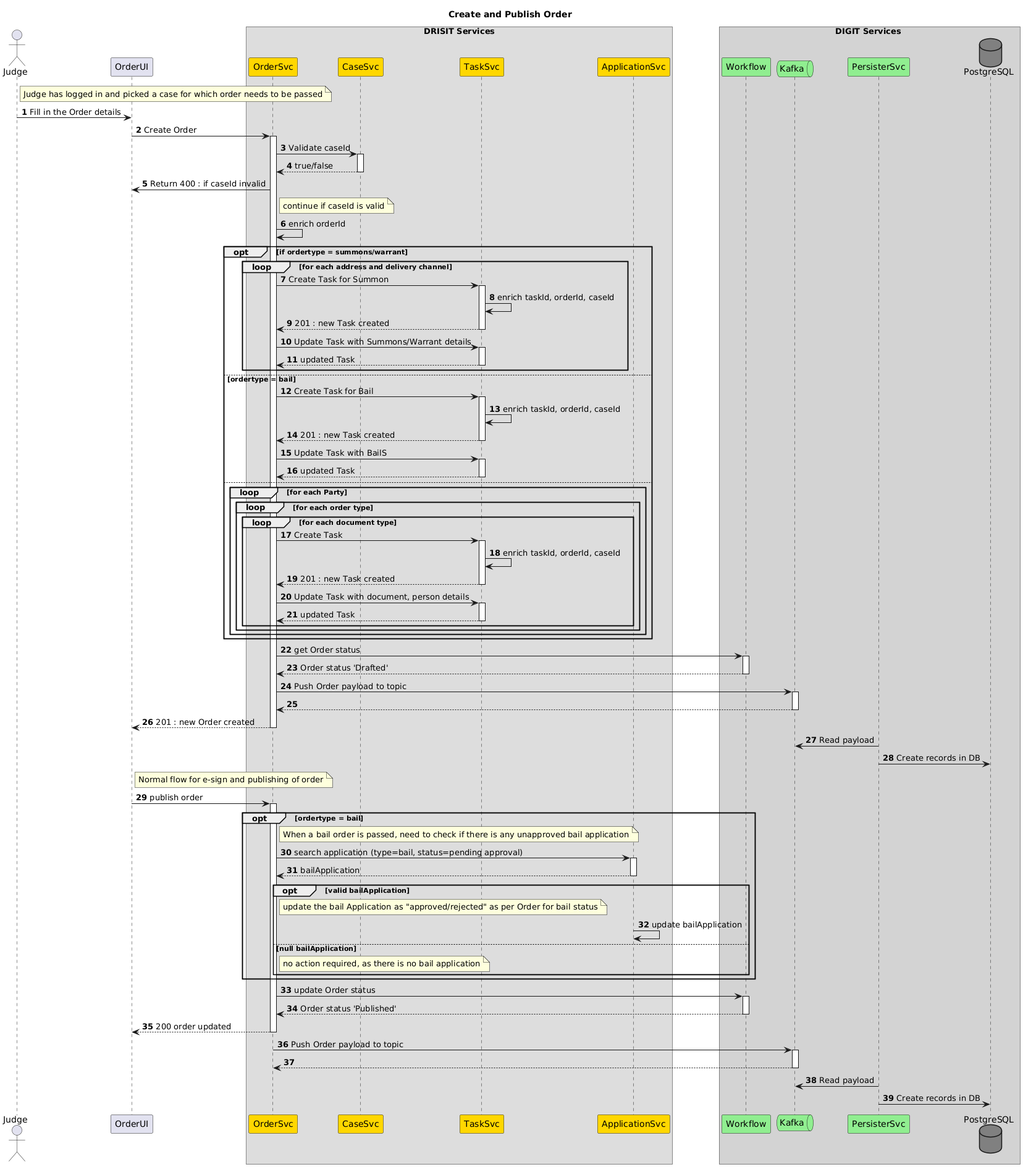
Before: docs/order/sequencediagram/create.png, a diagram exported from PlantUML (pucardotorg/dristi-solutions). The source it was exported from:
```plantuml
@startuml
autonumber
skinparam responseMessageBelowArrow true

title "Create and Publish Order"

Actor Judge as J

participant OrderUI as OU

box DRISIT Services
participant OrderSvc as OS #gold
participant CaseSvc as CS #gold
participant TaskSvc as TS #gold
participant ApplicationSvc as AS #gold
end box

box DIGIT Services #lightgray
participant Workflow as W #lightgreen
queue Kafka as K #lightgreen
participant PersisterSvc as P #lightgreen
Database PostgreSQL as DB #gray
end box

note right of J: Judge has logged in and picked a case for which order needs to be passed
J->OU: Fill in the Order details

OU->OS++: Create Order
OS->CS++: Validate caseId
return true/false
OS->OU: Return 400 : if caseId invalid
note right of OS: continue if caseId is valid
OS->OS: enrich orderId

opt if ordertype = summons/warrant
    loop for each address and delivery channel
        OS->TS++: Create Task for Summon
        TS->TS: enrich taskId, orderId, caseId
        return 201 : new Task created
        OS->TS++: Update Task with Summons/Warrant details
        return updated Task
    end
else ordertype = bail
    OS->TS++: Create Task for Bail
    TS->TS: enrich taskId, orderId, caseId
    return 201 : new Task created
    OS->TS++: Update Task with BailS
    return updated Task
else
    loop for each Party
        loop for each order type
            loop for each document type
            OS->TS++: Create Task
            TS->TS: enrich taskId, orderId, caseId
            return 201 : new Task created
            OS->TS++: Update Task with document, person details
            return updated Task
            end
        end
    end
end

OS->W++: get Order status
return Order status 'Drafted'
OS-> K++: Push Order payload to topic
return
return 201 : new Order created

P-> K: Read payload
P-> DB: Create records in DB

note right of OU: Normal flow for e-sign and publishing of order
OU->OS++: publish order
opt ordertype = bail
  note right of OS: When a bail order is passed, need to check if there is any unapproved bail application
  OS->AS++:search application (type=bail, status=pending approval)
  return bailApplication
  opt valid bailApplication
     note right of OS: update the bail Application as "approved/rejected" as per Order for bail status
     AS->AS: update bailApplication
  else null bailApplication
     note right of OS: no action required, as there is no bail application
  end
end
OS->W++: update Order status
return Order status 'Published'
return 200 order updated
OS-> K++: Push Order payload to topic
return
P-> K: Read payload
P-> DB: Create records in DB
@endum
```
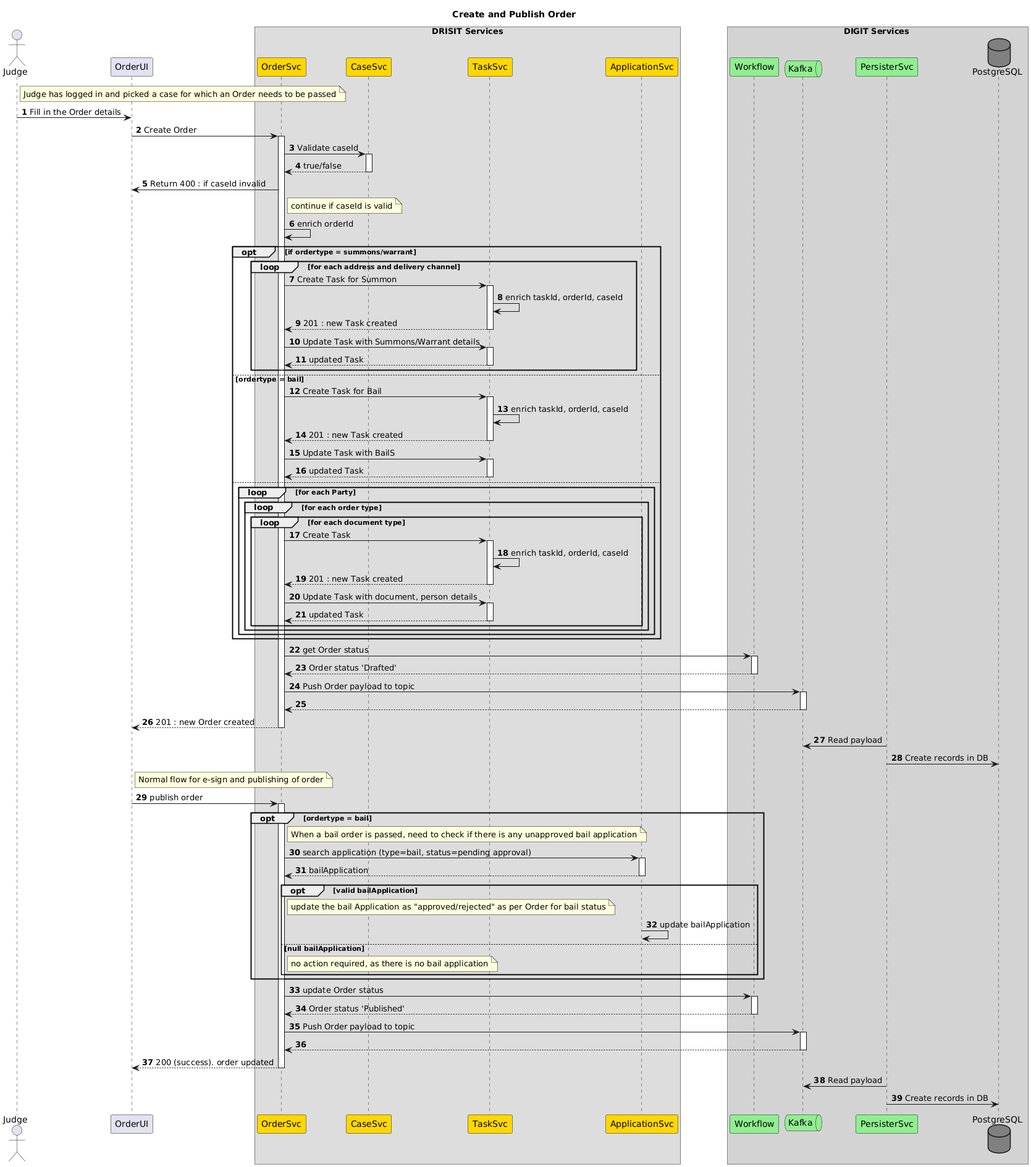
The same diagram one commit later.

Commit message:
order creation updated to handle order for bail

Diff of the diagram source:
```diff
@@ -22,7 +22,7 @@
 Database PostgreSQL as DB #gray
 end box
 
-note right of J: Judge has logged in and picked a case for which order needs to be passed
+note right of J: Judge has logged in and picked a case for which an Order needs to be passed
 J->OU: Fill in the Order details
 
 OU->OS++: Create Order
@@ -84,9 +84,10 @@
 end
 OS->W++: update Order status
 return Order status 'Published'
-return 200 order updated
 OS-> K++: Push Order payload to topic
 return
+return 200 (success). order updated
+
 P-> K: Read payload
 P-> DB: Create records in DB
 @endum
```
